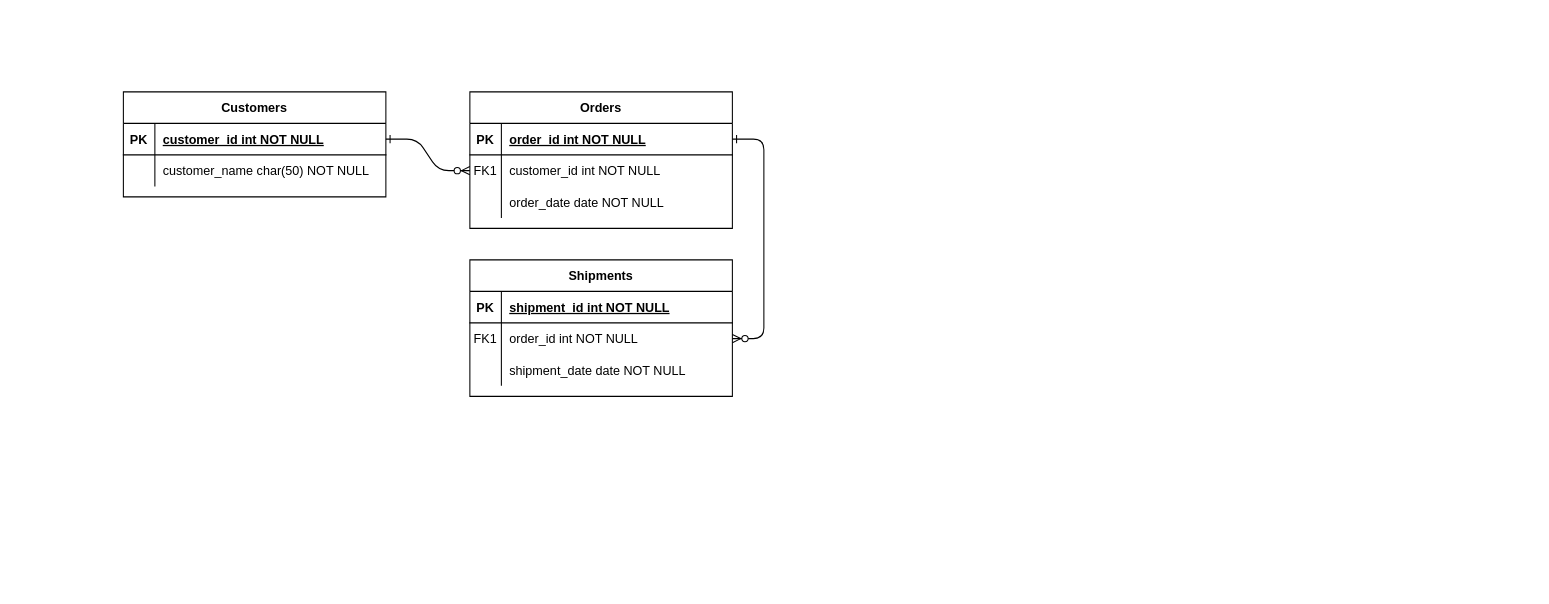
Above: Superstore Management.drawio in art3mis3d/SuperstoreManagementSystem (draw.io), before the change. Source tidied: cells renumbered, new cells numbered last; positions are measured from the earlier drawing's top-left corner, leaving out a move shared by most shapes. Both pictures are drawn from the tidied source at 105%, with x=0, y=0 at pixel (123, 91).
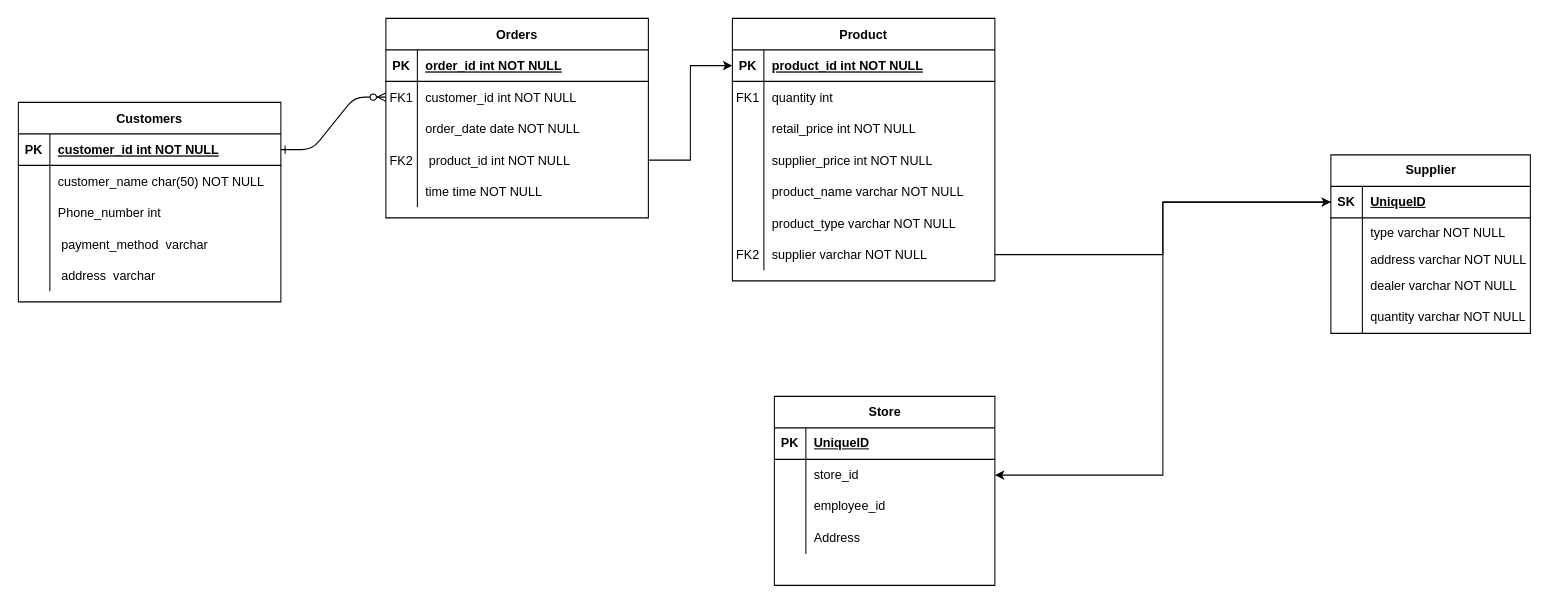
Above is the later version.

Unchanged cells that the change refers to:
```xml
<mxCell id="5" style="shape=partialRectangle;fillColor=none;points=[[0,0.5],[1,0.5]];portConstraint=eastwest;top=0;left=0;right=0;bottom=1;" parent="4" vertex="1">
  <mxGeometry y="30" width="250" height="30" as="geometry" />
</mxCell>
```

The edit, as a diff of the source:
```diff
@@
-    <mxCell id="3" style="edgeStyle=entityRelationEdgeStyle;endArrow=ERzeroToMany;startArrow=ERone;endFill=1;startFill=0;" parent="1" edge="1" source="5" target="18">
-      <mxGeometry relative="1" as="geometry" />
-    </mxCell>
+    <mxCell id="31" style="edgeStyle=orthogonalEdgeStyle;rounded=0;jettySize=auto;html=1;entryX=0;entryY=0.5;entryDx=0;entryDy=0;exitX=1;exitY=0.5;exitDx=0;exitDy=0;" parent="1" edge="1" source="32" target="15">
+      <mxGeometry relative="1" as="geometry" />
+    </mxCell>
     <mxCell id="4" value="Orders" style="shape=table;startSize=30;childLayout=tableLayout;rowLines=0;fontStyle=1;align=center;" parent="1" vertex="1">
-      <mxGeometry x="330" width="250" height="130" as="geometry" />
+      <mxGeometry x="250" y="-70" width="250" height="190" as="geometry" />
     </mxCell>
@@
-    <mxCell id="14" value="Shipments" style="shape=table;startSize=30;childLayout=tableLayout;rowLines=0;fontStyle=1;align=center;" parent="1" vertex="1">
-      <mxGeometry x="330" y="160" width="250" height="130" as="geometry" />
-    </mxCell>
-    <mxCell id="15" style="shape=partialRectangle;fillColor=none;points=[[0,0.5],[1,0.5]];portConstraint=eastwest;top=0;left=0;right=0;bottom=1;" parent="14" vertex="1">
-      <mxGeometry y="30" width="250" height="30" as="geometry" />
-    </mxCell>
-    <mxCell id="16" value="PK" style="shape=partialRectangle;overflow=hidden;fillColor=none;top=0;left=0;bottom=0;right=0;fontStyle=1;" parent="15" vertex="1">
-      <mxGeometry width="30" height="30" as="geometry" />
-    </mxCell>
-    <mxCell id="17" value="shipment_id int NOT NULL " style="shape=partialRectangle;overflow=hidden;fillColor=none;top=0;left=0;bottom=0;right=0;align=left;spacingLeft=6;fontStyle=5;" parent="15" vertex="1">
-      <mxGeometry x="30" width="220" height="30" as="geometry" />
-    </mxCell>
-    <mxCell id="18" style="shape=partialRectangle;fillColor=none;points=[[0,0.5],[1,0.5]];portConstraint=eastwest;top=0;left=0;right=0;bottom=0;" parent="14" vertex="1">
-      <mxGeometry y="60" width="250" height="30" as="geometry" />
-    </mxCell>
-    <mxCell id="19" value="FK1" style="shape=partialRectangle;overflow=hidden;fillColor=none;top=0;left=0;bottom=0;right=0;" parent="18" vertex="1">
-      <mxGeometry width="30" height="30" as="geometry" />
-    </mxCell>
-    <mxCell id="20" value="order_id int NOT NULL" style="shape=partialRectangle;overflow=hidden;fillColor=none;top=0;left=0;bottom=0;right=0;align=left;spacingLeft=6;" parent="18" vertex="1">
-      <mxGeometry x="30" width="220" height="30" as="geometry" />
-    </mxCell>
-    <mxCell id="21" style="shape=partialRectangle;fillColor=none;top=0;left=0;right=0;bottom=0;" parent="14" vertex="1">
-      <mxGeometry y="90" width="250" height="30" as="geometry" />
-    </mxCell>
-    <mxCell id="22" style="shape=partialRectangle;overflow=hidden;fillColor=none;top=0;left=0;bottom=0;right=0;" parent="21" vertex="1">
-      <mxGeometry width="30" height="30" as="geometry" />
-    </mxCell>
-    <mxCell id="23" value="shipment_date date NOT NULL" style="shape=partialRectangle;overflow=hidden;fillColor=none;top=0;left=0;bottom=0;right=0;align=left;spacingLeft=6;" parent="21" vertex="1">
-      <mxGeometry x="30" width="220" height="30" as="geometry" />
-    </mxCell>
+    <mxCell id="32" style="shape=partialRectangle;fillColor=none;points=[[0,0.5],[1,0.5]];portConstraint=eastwest;top=0;left=0;right=0;bottom=0;" parent="4" vertex="1">
+      <mxGeometry y="120" width="250" height="30" as="geometry" />
+    </mxCell>
+    <mxCell id="33" value="FK2" style="shape=partialRectangle;overflow=hidden;fillColor=none;top=0;left=0;bottom=0;right=0;" parent="32" vertex="1">
+      <mxGeometry width="30" height="30" as="geometry" />
+    </mxCell>
+    <mxCell id="34" value=" product_id int NOT NULL" style="shape=partialRectangle;overflow=hidden;fillColor=none;top=0;left=0;bottom=0;right=0;align=left;spacingLeft=6;" parent="32" vertex="1">
+      <mxGeometry x="30" width="220" height="30" as="geometry" />
+    </mxCell>
+    <mxCell id="35" style="shape=partialRectangle;fillColor=none;top=0;left=0;right=0;bottom=0;" parent="4" vertex="1">
+      <mxGeometry y="150" width="250" height="30" as="geometry" />
+    </mxCell>
+    <mxCell id="36" style="shape=partialRectangle;overflow=hidden;fillColor=none;top=0;left=0;bottom=0;right=0;" parent="35" vertex="1">
+      <mxGeometry width="30" height="30" as="geometry" />
+    </mxCell>
+    <mxCell id="37" value="time time NOT NULL" style="shape=partialRectangle;overflow=hidden;fillColor=none;top=0;left=0;bottom=0;right=0;align=left;spacingLeft=6;" parent="35" vertex="1">
+      <mxGeometry x="30" width="220" height="30" as="geometry" />
+    </mxCell>
     <mxCell id="24" value="Customers" style="shape=table;startSize=30;childLayout=tableLayout;rowLines=0;fontStyle=1;align=center;" parent="1" vertex="1">
-      <mxGeometry width="250" height="100" as="geometry" />
+      <mxGeometry x="-100" y="10" width="250" height="190" as="geometry" />
     </mxCell>
@@
+    <mxCell id="38" style="shape=partialRectangle;fillColor=none;top=0;left=0;right=0;bottom=0;" parent="24" vertex="1">
+      <mxGeometry y="60" width="250" height="30" as="geometry" />
+    </mxCell>
+    <mxCell id="39" style="shape=partialRectangle;overflow=hidden;fillColor=none;top=0;left=0;bottom=0;right=0;" parent="38" vertex="1">
+      <mxGeometry width="30" height="30" as="geometry" />
+    </mxCell>
+    <mxCell id="40" value="customer_name char(50) NOT NULL" style="shape=partialRectangle;overflow=hidden;fillColor=none;top=0;left=0;bottom=0;right=0;align=left;spacingLeft=6;" parent="38" vertex="1">
+      <mxGeometry x="30" width="220" height="30" as="geometry" />
+    </mxCell>
+    <mxCell id="41" style="shape=partialRectangle;fillColor=none;top=0;left=0;right=0;bottom=0;" parent="24" vertex="1">
+      <mxGeometry y="90" width="250" height="30" as="geometry" />
+    </mxCell>
+    <mxCell id="42" style="shape=partialRectangle;overflow=hidden;fillColor=none;top=0;left=0;bottom=0;right=0;" parent="41" vertex="1">
+      <mxGeometry width="30" height="30" as="geometry" />
+    </mxCell>
+    <mxCell id="43" value="Phone_number int " style="shape=partialRectangle;overflow=hidden;fillColor=none;top=0;left=0;bottom=0;right=0;align=left;spacingLeft=6;" parent="41" vertex="1">
+      <mxGeometry x="30" width="220" height="30" as="geometry" />
+    </mxCell>
+    <mxCell id="44" style="shape=partialRectangle;fillColor=none;top=0;left=0;right=0;bottom=0;" parent="24" vertex="1">
+      <mxGeometry y="120" width="250" height="30" as="geometry" />
+    </mxCell>
+    <mxCell id="45" style="shape=partialRectangle;overflow=hidden;fillColor=none;top=0;left=0;bottom=0;right=0;" parent="44" vertex="1">
+      <mxGeometry width="30" height="30" as="geometry" />
+    </mxCell>
+    <mxCell id="46" value=" payment_method  varchar" style="shape=partialRectangle;overflow=hidden;fillColor=none;top=0;left=0;bottom=0;right=0;align=left;spacingLeft=6;" parent="44" vertex="1">
+      <mxGeometry x="30" width="220" height="30" as="geometry" />
+    </mxCell>
     <mxCell id="28" style="shape=partialRectangle;fillColor=none;top=0;left=0;right=0;bottom=0;" parent="24" vertex="1">
-      <mxGeometry y="60" width="250" height="30" as="geometry" />
+      <mxGeometry y="150" width="250" height="30" as="geometry" />
     </mxCell>
@@
-    <mxCell id="30" value="customer_name char(50) NOT NULL" style="shape=partialRectangle;overflow=hidden;fillColor=none;top=0;left=0;bottom=0;right=0;align=left;spacingLeft=6;" parent="28" vertex="1">
+    <mxCell id="30" value=" address  varchar" style="shape=partialRectangle;overflow=hidden;fillColor=none;top=0;left=0;bottom=0;right=0;align=left;spacingLeft=6;" parent="28" vertex="1">
       <mxGeometry x="30" width="220" height="30" as="geometry" />
     </mxCell>
+    <mxCell id="47" value="Supplier" style="shape=table;startSize=30;childLayout=tableLayout;rowLines=0;fontStyle=1;align=center;html=1;" parent="1" vertex="1">
+      <mxGeometry x="1150" y="60" width="190" height="170" as="geometry" />
+    </mxCell>
+    <mxCell id="48" style="shape=tableRow;horizontal=0;startSize=0;swimlaneHead=0;swimlaneBody=0;fillColor=none;points=[[0,0.5],[1,0.5]];portConstraint=eastwest;top=0;left=0;right=0;bottom=1;" parent="47" vertex="1">
+      <mxGeometry y="30" width="190" height="30" as="geometry" />
+    </mxCell>
+    <mxCell id="49" value="SK" style="shape=partialRectangle;fillColor=none;top=0;left=0;bottom=0;right=0;fontStyle=1;overflow=hidden;whiteSpace=wrap;html=1;" parent="48" vertex="1">
+      <mxGeometry width="30" height="30" as="geometry" />
+    </mxCell>
+    <mxCell id="50" value="UniqueID" style="shape=partialRectangle;fillColor=none;top=0;left=0;bottom=0;right=0;align=left;spacingLeft=6;fontStyle=5;overflow=hidden;whiteSpace=wrap;html=1;" parent="48" vertex="1">
+      <mxGeometry x="30" width="160" height="30" as="geometry" />
+    </mxCell>
+    <mxCell id="51" style="shape=tableRow;horizontal=0;startSize=0;swimlaneHead=0;swimlaneBody=0;fillColor=none;top=0;left=0;right=0;bottom=0;" parent="47" vertex="1">
+      <mxGeometry y="60" width="190" height="30" as="geometry" />
+    </mxCell>
+    <mxCell id="52" style="shape=partialRectangle;fillColor=none;top=0;left=0;bottom=0;right=0;overflow=hidden;whiteSpace=wrap;html=1;" parent="51" vertex="1">
+      <mxGeometry width="30" height="30" as="geometry" />
+    </mxCell>
+    <mxCell id="53" value="type varchar NOT NULL" style="shape=partialRectangle;fillColor=none;top=0;left=0;bottom=0;right=0;align=left;spacingLeft=6;overflow=hidden;whiteSpace=wrap;html=1;" parent="51" vertex="1">
+      <mxGeometry x="30" width="160" height="30" as="geometry" />
+    </mxCell>
+    <mxCell id="54" style="shape=tableRow;horizontal=0;startSize=0;swimlaneHead=0;swimlaneBody=0;fillColor=none;top=0;left=0;right=0;bottom=0;" parent="47" vertex="1">
+      <mxGeometry y="90" width="190" height="20" as="geometry" />
+    </mxCell>
+    <mxCell id="55" style="shape=partialRectangle;fillColor=none;top=0;left=0;bottom=0;right=0;overflow=hidden;whiteSpace=wrap;html=1;" parent="54" vertex="1">
+      <mxGeometry width="30" height="20" as="geometry" />
+    </mxCell>
+    <mxCell id="56" value="address varchar NOT NULL" style="shape=partialRectangle;fillColor=none;top=0;left=0;bottom=0;right=0;align=left;spacingLeft=6;overflow=hidden;whiteSpace=wrap;html=1;" parent="54" vertex="1">
+      <mxGeometry x="30" width="160" height="20" as="geometry" />
+    </mxCell>
+    <mxCell id="57" style="shape=tableRow;horizontal=0;startSize=0;swimlaneHead=0;swimlaneBody=0;fillColor=none;top=0;left=0;right=0;bottom=0;" parent="47" vertex="1">
+      <mxGeometry y="110" width="190" height="30" as="geometry" />
+    </mxCell>
+    <mxCell id="58" style="shape=partialRectangle;fillColor=none;top=0;left=0;bottom=0;right=0;overflow=hidden;whiteSpace=wrap;html=1;" parent="57" vertex="1">
+      <mxGeometry width="30" height="30" as="geometry" />
+    </mxCell>
+    <mxCell id="59" value="dealer varchar NOT NULL" style="shape=partialRectangle;fillColor=none;top=0;left=0;bottom=0;right=0;align=left;spacingLeft=6;overflow=hidden;whiteSpace=wrap;html=1;" parent="57" vertex="1">
+      <mxGeometry x="30" width="160" height="30" as="geometry" />
+    </mxCell>
+    <mxCell id="60" style="shape=tableRow;horizontal=0;startSize=0;swimlaneHead=0;swimlaneBody=0;fillColor=none;top=0;left=0;right=0;bottom=0;" parent="47" vertex="1">
+      <mxGeometry y="140" width="190" height="30" as="geometry" />
+    </mxCell>
+    <mxCell id="61" style="shape=partialRectangle;fillColor=none;top=0;left=0;bottom=0;right=0;overflow=hidden;whiteSpace=wrap;html=1;" parent="60" vertex="1">
+      <mxGeometry width="30" height="30" as="geometry" />
+    </mxCell>
+    <mxCell id="62" value="quantity varchar NOT NULL" style="shape=partialRectangle;fillColor=none;top=0;left=0;bottom=0;right=0;align=left;spacingLeft=6;overflow=hidden;whiteSpace=wrap;html=1;" parent="60" vertex="1">
+      <mxGeometry x="30" width="160" height="30" as="geometry" />
+    </mxCell>
+    <mxCell id="63" value="Store" style="shape=table;startSize=30;childLayout=tableLayout;rowLines=0;fontStyle=1;align=center;html=1;" parent="1" vertex="1">
+      <mxGeometry x="620" y="290" width="210" height="180" as="geometry" />
+    </mxCell>
+    <mxCell id="64" style="shape=tableRow;horizontal=0;startSize=0;swimlaneHead=0;swimlaneBody=0;fillColor=none;top=0;left=0;right=0;bottom=1;" parent="63" vertex="1">
+      <mxGeometry y="30" width="210" height="30" as="geometry" />
+    </mxCell>
+    <mxCell id="65" value="PK" style="shape=partialRectangle;fillColor=none;top=0;left=0;bottom=0;right=0;fontStyle=1;overflow=hidden;whiteSpace=wrap;html=1;" parent="64" vertex="1">
+      <mxGeometry width="30" height="30" as="geometry" />
+    </mxCell>
+    <mxCell id="66" value="UniqueID" style="shape=partialRectangle;fillColor=none;top=0;left=0;bottom=0;right=0;align=left;spacingLeft=6;fontStyle=5;overflow=hidden;whiteSpace=wrap;html=1;" parent="64" vertex="1">
+      <mxGeometry x="30" width="180" height="30" as="geometry" />
+    </mxCell>
+    <mxCell id="67" style="shape=tableRow;horizontal=0;startSize=0;swimlaneHead=0;swimlaneBody=0;fillColor=none;points=[[0,0.5],[1,0.5]];portConstraint=eastwest;top=0;left=0;right=0;bottom=0;" parent="63" vertex="1">
+      <mxGeometry y="60" width="210" height="30" as="geometry" />
+    </mxCell>
+    <mxCell id="68" style="shape=partialRectangle;fillColor=none;top=0;left=0;bottom=0;right=0;overflow=hidden;whiteSpace=wrap;html=1;" parent="67" vertex="1">
+      <mxGeometry width="30" height="30" as="geometry" />
+    </mxCell>
+    <mxCell id="69" value="store_id" style="shape=partialRectangle;fillColor=none;top=0;left=0;bottom=0;right=0;align=left;spacingLeft=6;overflow=hidden;whiteSpace=wrap;html=1;" parent="67" vertex="1">
+      <mxGeometry x="30" width="180" height="30" as="geometry" />
+    </mxCell>
+    <mxCell id="70" style="shape=tableRow;horizontal=0;startSize=0;swimlaneHead=0;swimlaneBody=0;fillColor=none;top=0;left=0;right=0;bottom=0;" parent="63" vertex="1">
+      <mxGeometry y="90" width="210" height="30" as="geometry" />
+    </mxCell>
+    <mxCell id="71" style="shape=partialRectangle;fillColor=none;top=0;left=0;bottom=0;right=0;overflow=hidden;whiteSpace=wrap;html=1;" parent="70" vertex="1">
+      <mxGeometry width="30" height="30" as="geometry" />
+    </mxCell>
+    <mxCell id="72" value="employee_id" style="shape=partialRectangle;fillColor=none;top=0;left=0;bottom=0;right=0;align=left;spacingLeft=6;overflow=hidden;whiteSpace=wrap;html=1;" parent="70" vertex="1">
+      <mxGeometry x="30" width="180" height="30" as="geometry" />
+    </mxCell>
+    <mxCell id="73" style="shape=tableRow;horizontal=0;startSize=0;swimlaneHead=0;swimlaneBody=0;fillColor=none;top=0;left=0;right=0;bottom=0;" parent="63" vertex="1">
+      <mxGeometry y="120" width="210" height="30" as="geometry" />
+    </mxCell>
+    <mxCell id="74" style="shape=partialRectangle;fillColor=none;top=0;left=0;bottom=0;right=0;overflow=hidden;whiteSpace=wrap;html=1;" parent="73" vertex="1">
+      <mxGeometry width="30" height="30" as="geometry" />
+    </mxCell>
+    <mxCell id="75" value="Address" style="shape=partialRectangle;fillColor=none;top=0;left=0;bottom=0;right=0;align=left;spacingLeft=6;overflow=hidden;whiteSpace=wrap;html=1;" parent="73" vertex="1">
+      <mxGeometry x="30" width="180" height="30" as="geometry" />
+    </mxCell>
+    <mxCell id="76" value="Product" style="shape=table;startSize=30;childLayout=tableLayout;rowLines=0;fontStyle=1;align=center;" parent="1" vertex="1">
+      <mxGeometry x="580" y="-70" width="250" height="250" as="geometry" />
+    </mxCell>
+    <mxCell id="15" style="shape=partialRectangle;fillColor=none;points=[[0,0.5],[1,0.5]];portConstraint=eastwest;top=0;left=0;right=0;bottom=1;" parent="76" vertex="1">
+      <mxGeometry y="30" width="250" height="30" as="geometry" />
+    </mxCell>
+    <mxCell id="16" value="PK" style="shape=partialRectangle;overflow=hidden;fillColor=none;top=0;left=0;bottom=0;right=0;fontStyle=1;" parent="15" vertex="1">
+      <mxGeometry width="30" height="30" as="geometry" />
+    </mxCell>
+    <mxCell id="77" value="product_id int NOT NULL " style="shape=partialRectangle;overflow=hidden;fillColor=none;top=0;left=0;bottom=0;right=0;align=left;spacingLeft=6;fontStyle=5;" parent="15" vertex="1">
+      <mxGeometry x="30" width="220" height="30" as="geometry" />
+    </mxCell>
+    <mxCell id="78" style="shape=partialRectangle;fillColor=none;top=0;left=0;right=0;bottom=0;" parent="76" vertex="1">
+      <mxGeometry y="60" width="250" height="30" as="geometry" />
+    </mxCell>
+    <mxCell id="19" value="FK1" style="shape=partialRectangle;overflow=hidden;fillColor=none;top=0;left=0;bottom=0;right=0;" parent="78" vertex="1">
+      <mxGeometry width="30" height="30" as="geometry" />
+    </mxCell>
+    <mxCell id="79" value="quantity int " style="shape=partialRectangle;overflow=hidden;fillColor=none;top=0;left=0;bottom=0;right=0;align=left;spacingLeft=6;" parent="78" vertex="1">
+      <mxGeometry x="30" width="220" height="30" as="geometry" />
+    </mxCell>
+    <mxCell id="80" style="shape=partialRectangle;fillColor=none;top=0;left=0;right=0;bottom=0;" parent="76" vertex="1">
+      <mxGeometry y="90" width="250" height="30" as="geometry" />
+    </mxCell>
+    <mxCell id="81" style="shape=partialRectangle;overflow=hidden;fillColor=none;top=0;left=0;bottom=0;right=0;" parent="80" vertex="1">
+      <mxGeometry width="30" height="30" as="geometry" />
+    </mxCell>
+    <mxCell id="82" value="retail_price int NOT NULL" style="shape=partialRectangle;overflow=hidden;fillColor=none;top=0;left=0;bottom=0;right=0;align=left;spacingLeft=6;" parent="80" vertex="1">
+      <mxGeometry x="30" width="220" height="30" as="geometry" />
+    </mxCell>
+    <mxCell id="83" style="shape=partialRectangle;fillColor=none;top=0;left=0;right=0;bottom=0;" parent="76" vertex="1">
+      <mxGeometry y="120" width="250" height="30" as="geometry" />
+    </mxCell>
+    <mxCell id="84" style="shape=partialRectangle;overflow=hidden;fillColor=none;top=0;left=0;bottom=0;right=0;" parent="83" vertex="1">
+      <mxGeometry width="30" height="30" as="geometry" />
+    </mxCell>
+    <mxCell id="85" value="supplier_price int NOT NULL" style="shape=partialRectangle;overflow=hidden;fillColor=none;top=0;left=0;bottom=0;right=0;align=left;spacingLeft=6;" parent="83" vertex="1">
+      <mxGeometry x="30" width="220" height="30" as="geometry" />
+    </mxCell>
+    <mxCell id="86" style="shape=partialRectangle;fillColor=none;top=0;left=0;right=0;bottom=0;" parent="76" vertex="1">
+      <mxGeometry y="150" width="250" height="30" as="geometry" />
+    </mxCell>
+    <mxCell id="87" style="shape=partialRectangle;overflow=hidden;fillColor=none;top=0;left=0;bottom=0;right=0;" parent="86" vertex="1">
+      <mxGeometry width="30" height="30" as="geometry" />
+    </mxCell>
+    <mxCell id="88" value="product_name varchar NOT NULL" style="shape=partialRectangle;overflow=hidden;fillColor=none;top=0;left=0;bottom=0;right=0;align=left;spacingLeft=6;" parent="86" vertex="1">
+      <mxGeometry x="30" width="220" height="30" as="geometry" />
+    </mxCell>
+    <mxCell id="89" style="shape=partialRectangle;fillColor=none;top=0;left=0;right=0;bottom=0;" parent="76" vertex="1">
+      <mxGeometry y="180" width="250" height="30" as="geometry" />
+    </mxCell>
+    <mxCell id="90" style="shape=partialRectangle;overflow=hidden;fillColor=none;top=0;left=0;bottom=0;right=0;" parent="89" vertex="1">
+      <mxGeometry width="30" height="30" as="geometry" />
+    </mxCell>
+    <mxCell id="91" value="product_type varchar NOT NULL" style="shape=partialRectangle;overflow=hidden;fillColor=none;top=0;left=0;bottom=0;right=0;align=left;spacingLeft=6;" parent="89" vertex="1">
+      <mxGeometry x="30" width="220" height="30" as="geometry" />
+    </mxCell>
+    <mxCell id="92" style="shape=partialRectangle;fillColor=none;points=[[0,0.5],[1,0.5]];portConstraint=eastwest;top=0;left=0;right=0;bottom=0;" parent="76" vertex="1">
+      <mxGeometry y="210" width="250" height="30" as="geometry" />
+    </mxCell>
+    <mxCell id="93" value="FK2" style="shape=partialRectangle;overflow=hidden;fillColor=none;top=0;left=0;bottom=0;right=0;" parent="92" vertex="1">
+      <mxGeometry width="30" height="30" as="geometry" />
+    </mxCell>
+    <mxCell id="94" value="supplier varchar NOT NULL" style="shape=partialRectangle;overflow=hidden;fillColor=none;top=0;left=0;bottom=0;right=0;align=left;spacingLeft=6;" parent="92" vertex="1">
+      <mxGeometry x="30" width="220" height="30" as="geometry" />
+    </mxCell>
+    <mxCell id="95" style="edgeStyle=orthogonalEdgeStyle;rounded=0;jettySize=auto;html=1;entryX=0;entryY=0.5;entryDx=0;entryDy=0;" parent="1" edge="1" source="92" target="48">
+      <mxGeometry relative="1" as="geometry" />
+    </mxCell>
+    <mxCell id="96" style="edgeStyle=orthogonalEdgeStyle;rounded=0;jettySize=auto;html=1;exitX=0;exitY=0.5;exitDx=0;exitDy=0;entryX=1;entryY=0.5;entryDx=0;entryDy=0;" parent="1" edge="1" source="48" target="67">
+      <mxGeometry relative="1" as="geometry" />
+    </mxCell>
```
